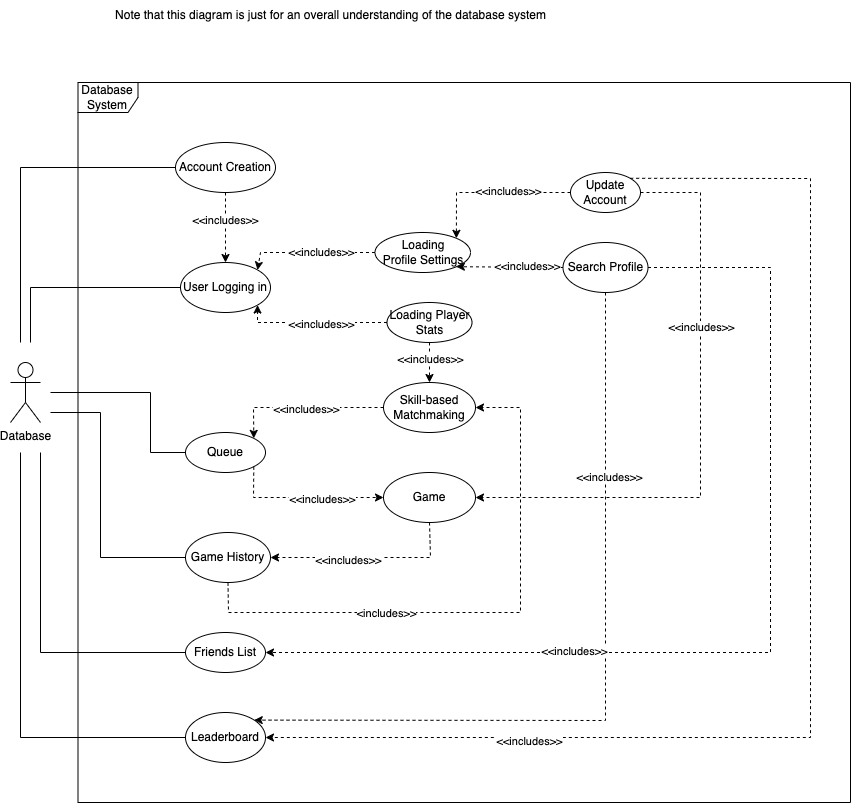
farshadislam/Socketed-Multigame-GUI keeps this draw.io diagram as Integration/ProjectSeng300UseCaseDiagramIntegration.drawio.png. Above is the earlier version. Source tidied: cells renumbered, new cells last; positions are measured from the earlier drawing's top-left corner, leaving out a move shared by most shapes. Source of this version:
```xml
<mxGraphModel background="#ffffff">
  <root>
    <mxCell id="0" />
    <mxCell id="1" parent="0" />
    <mxCell id="2" value="Queue" style="ellipse;whiteSpace=wrap;html=1;" parent="1" vertex="1">
      <mxGeometry x="175" y="432" width="80" height="40" as="geometry" />
    </mxCell>
    <mxCell id="3" value="User Logging in" style="ellipse;whiteSpace=wrap;html=1;" parent="1" vertex="1">
      <mxGeometry x="170" y="262" width="90" height="50" as="geometry" />
    </mxCell>
    <mxCell id="4" value="Account Creation" style="ellipse;whiteSpace=wrap;html=1;" parent="1" vertex="1">
      <mxGeometry x="165" y="142" width="100" height="50" as="geometry" />
    </mxCell>
    <mxCell id="5" value="Note that this diagram is just for an overall understanding of the database system" style="text;html=1;align=center;verticalAlign=middle;strokeColor=none;fillColor=none;" parent="1" vertex="1">
      <mxGeometry x="95" width="450" height="30" as="geometry" />
    </mxCell>
    <mxCell id="6" value="Loading&lt;div&gt;Profile Settings&lt;/div&gt;" style="ellipse;whiteSpace=wrap;html=1;" parent="1" vertex="1">
      <mxGeometry x="364.5" y="232" width="95.5" height="40" as="geometry" />
    </mxCell>
    <mxCell id="7" value="Loading Player&lt;div&gt;Stats&lt;/div&gt;" style="ellipse;whiteSpace=wrap;html=1;" parent="1" vertex="1">
      <mxGeometry x="376.5" y="302" width="85" height="40" as="geometry" />
    </mxCell>
    <mxCell id="8" value="Database" style="shape=umlActor;verticalLabelPosition=bottom;verticalAlign=top;html=1;" parent="1" vertex="1">
      <mxGeometry y="362" width="30" height="60" as="geometry" />
    </mxCell>
    <mxCell id="9" value="Skill-based&lt;div&gt;Matchmaking&lt;/div&gt;" style="ellipse;whiteSpace=wrap;html=1;" parent="1" vertex="1">
      <mxGeometry x="373" y="382" width="92" height="50" as="geometry" />
    </mxCell>
    <mxCell id="10" value="Game" style="ellipse;whiteSpace=wrap;html=1;" parent="1" vertex="1">
      <mxGeometry x="373" y="472" width="92" height="50" as="geometry" />
    </mxCell>
    <mxCell id="11" style="endArrow=classic;html=1;rounded=0;entryX=1;entryY=0;entryDx=0;entryDy=0;exitX=0;exitY=0.5;exitDx=0;exitDy=0;dashed=1;" parent="1" edge="1" source="9" target="2">
      <mxGeometry relative="1" as="geometry">
        <Array as="points">
          <mxPoint x="243" y="407" />
        </Array>
      </mxGeometry>
    </mxCell>
    <mxCell id="12" value="&amp;lt;&amp;lt;includes&amp;gt;&amp;gt;" style="edgeLabel;html=1;align=center;verticalAlign=middle;" parent="11" vertex="1">
      <mxGeometry x="-0.03" y="1" relative="1" as="geometry" />
    </mxCell>
    <mxCell id="13" style="endArrow=classic;html=1;rounded=0;entryX=1;entryY=0;entryDx=0;entryDy=0;exitX=0;exitY=0.5;exitDx=0;exitDy=0;dashed=1;" parent="1" edge="1" source="6" target="3">
      <mxGeometry relative="1" as="geometry">
        <Array as="points">
          <mxPoint x="250" y="252" />
        </Array>
      </mxGeometry>
    </mxCell>
    <mxCell id="14" value="&amp;lt;&amp;lt;includes&amp;gt;&amp;gt;" style="edgeLabel;html=1;align=center;verticalAlign=middle;" parent="13" vertex="1">
      <mxGeometry x="-0.19" y="-1" relative="1" as="geometry" />
    </mxCell>
    <mxCell id="15" style="endArrow=classic;html=1;rounded=0;exitX=0;exitY=0.5;exitDx=0;exitDy=0;entryX=1;entryY=1;entryDx=0;entryDy=0;dashed=1;" parent="1" edge="1" source="7" target="3">
      <mxGeometry relative="1" as="geometry">
        <Array as="points">
          <mxPoint x="247" y="322" />
        </Array>
      </mxGeometry>
    </mxCell>
    <mxCell id="16" value="&amp;lt;&amp;lt;includes&amp;gt;&amp;gt;" style="edgeLabel;html=1;align=center;verticalAlign=middle;" parent="15" vertex="1">
      <mxGeometry x="-0.1" y="1" relative="1" as="geometry" />
    </mxCell>
    <mxCell id="17" style="endArrow=classic;html=1;rounded=0;exitX=1;exitY=1;exitDx=0;exitDy=0;dashed=1;entryX=0;entryY=0.5;entryDx=0;entryDy=0;" parent="1" edge="1" source="2" target="10">
      <mxGeometry relative="1" as="geometry">
        <Array as="points">
          <mxPoint x="243" y="497" />
        </Array>
      </mxGeometry>
    </mxCell>
    <mxCell id="18" value="&amp;lt;&amp;lt;includes&amp;gt;&amp;gt;" style="edgeLabel;html=1;align=center;verticalAlign=middle;" parent="17" vertex="1">
      <mxGeometry x="0.23" y="-1" relative="1" as="geometry" />
    </mxCell>
    <mxCell id="19" value="Leaderboard" style="ellipse;whiteSpace=wrap;html=1;" parent="1" vertex="1">
      <mxGeometry x="175" y="712" width="80" height="50" as="geometry" />
    </mxCell>
    <mxCell id="20" value="Update Account" style="ellipse;whiteSpace=wrap;html=1;" parent="1" vertex="1">
      <mxGeometry x="560" y="172" width="70" height="40" as="geometry" />
    </mxCell>
    <mxCell id="21" value="Search Profile" style="ellipse;whiteSpace=wrap;html=1;" parent="1" vertex="1">
      <mxGeometry x="552.5" y="242" width="85" height="50" as="geometry" />
    </mxCell>
    <mxCell id="22" style="endArrow=classic;html=1;rounded=0;entryX=1;entryY=1;entryDx=0;entryDy=0;exitX=0;exitY=0.5;exitDx=0;exitDy=0;dashed=1;" parent="1" edge="1" source="21" target="6">
      <mxGeometry relative="1" as="geometry" />
    </mxCell>
    <mxCell id="23" value="&amp;lt;&amp;lt;includes&amp;gt;&amp;gt;" style="edgeLabel;html=1;align=center;verticalAlign=middle;" parent="22" vertex="1">
      <mxGeometry x="-0.32" y="-1" relative="1" as="geometry" />
    </mxCell>
    <mxCell id="24" style="endArrow=classic;html=1;rounded=0;exitX=0;exitY=0.5;exitDx=0;exitDy=0;entryX=1;entryY=0;entryDx=0;entryDy=0;dashed=1;" parent="1" edge="1" source="20" target="6">
      <mxGeometry relative="1" as="geometry">
        <Array as="points">
          <mxPoint x="446" y="192" />
        </Array>
      </mxGeometry>
    </mxCell>
    <mxCell id="25" value="&amp;lt;&amp;lt;includes&amp;gt;&amp;gt;" style="edgeLabel;html=1;align=center;verticalAlign=middle;" parent="24" vertex="1">
      <mxGeometry x="-0.23" y="-2" relative="1" as="geometry" />
    </mxCell>
    <mxCell id="26" style="endArrow=classic;html=1;rounded=0;exitX=0.5;exitY=1;exitDx=0;exitDy=0;entryX=1;entryY=0;entryDx=0;entryDy=0;dashed=1;" parent="1" edge="1" source="21" target="19">
      <mxGeometry relative="1" as="geometry">
        <Array as="points">
          <mxPoint x="595" y="720" />
        </Array>
      </mxGeometry>
    </mxCell>
    <mxCell id="27" value="&amp;lt;&amp;lt;includes&amp;gt;&amp;gt;" style="edgeLabel;html=1;align=center;verticalAlign=middle;" parent="26" vertex="1">
      <mxGeometry x="-0.53" y="3" relative="1" as="geometry" />
    </mxCell>
    <mxCell id="28" style="endArrow=classic;html=1;rounded=0;exitX=1;exitY=0.5;exitDx=0;exitDy=0;entryX=1;entryY=0.5;entryDx=0;entryDy=0;dashed=1;" parent="1" edge="1" source="20" target="10">
      <mxGeometry relative="1" as="geometry">
        <Array as="points">
          <mxPoint x="690" y="192" />
          <mxPoint x="690" y="497" />
        </Array>
      </mxGeometry>
    </mxCell>
    <mxCell id="29" value="&amp;lt;&amp;lt;includes&amp;gt;&amp;gt;" style="edgeLabel;html=1;align=center;verticalAlign=middle;" parent="28" vertex="1">
      <mxGeometry x="-0.34" relative="1" as="geometry" />
    </mxCell>
    <mxCell id="30" style="endArrow=classic;html=1;rounded=0;exitX=0.5;exitY=1;exitDx=0;exitDy=0;entryX=0.5;entryY=0;entryDx=0;entryDy=0;dashed=1;" parent="1" edge="1" source="4" target="3">
      <mxGeometry relative="1" as="geometry" />
    </mxCell>
    <mxCell id="31" value="&amp;lt;&amp;lt;includes&amp;gt;&amp;gt;" style="edgeLabel;html=1;align=center;verticalAlign=middle;" parent="30" vertex="1">
      <mxGeometry x="-0.22" y="-1" relative="1" as="geometry" />
    </mxCell>
    <mxCell id="32" value="Friends List" style="ellipse;whiteSpace=wrap;html=1;" parent="1" vertex="1">
      <mxGeometry x="175" y="632" width="80" height="40" as="geometry" />
    </mxCell>
    <mxCell id="33" style="endArrow=classic;html=1;rounded=0;exitX=1;exitY=0.5;exitDx=0;exitDy=0;entryX=1;entryY=0.5;entryDx=0;entryDy=0;dashed=1;" parent="1" edge="1" source="21" target="32">
      <mxGeometry relative="1" as="geometry">
        <Array as="points">
          <mxPoint x="760" y="267" />
          <mxPoint x="760" y="652" />
        </Array>
      </mxGeometry>
    </mxCell>
    <mxCell id="34" value="&amp;lt;&amp;lt;includes&amp;gt;&amp;gt;" style="edgeLabel;html=1;align=center;verticalAlign=middle;" parent="33" vertex="1">
      <mxGeometry x="0.39" y="-2" relative="1" as="geometry" />
    </mxCell>
    <mxCell id="35" value="Game History" style="ellipse;whiteSpace=wrap;html=1;" parent="1" vertex="1">
      <mxGeometry x="175" y="532" width="85" height="50" as="geometry" />
    </mxCell>
    <mxCell id="36" style="endArrow=classic;html=1;rounded=0;exitX=0.5;exitY=1;exitDx=0;exitDy=0;entryX=1;entryY=0.5;entryDx=0;entryDy=0;dashed=1;" parent="1" edge="1" source="10" target="35">
      <mxGeometry relative="1" as="geometry">
        <Array as="points">
          <mxPoint x="420" y="557" />
        </Array>
      </mxGeometry>
    </mxCell>
    <mxCell id="37" value="&amp;lt;&amp;lt;includes&amp;gt;&amp;gt;" style="edgeLabel;html=1;align=center;verticalAlign=middle;" parent="36" vertex="1">
      <mxGeometry x="0.2" y="2" relative="1" as="geometry" />
    </mxCell>
    <mxCell id="38" style="endArrow=classic;html=1;rounded=0;exitX=0.5;exitY=1;exitDx=0;exitDy=0;entryX=1;entryY=0.5;entryDx=0;entryDy=0;dashed=1;" parent="1" edge="1" source="35" target="9">
      <mxGeometry relative="1" as="geometry">
        <Array as="points">
          <mxPoint x="218" y="612" />
          <mxPoint x="510" y="612" />
          <mxPoint x="510" y="407" />
        </Array>
      </mxGeometry>
    </mxCell>
    <mxCell id="39" value="&amp;lt;includes&amp;gt;&amp;gt;" style="edgeLabel;html=1;align=center;verticalAlign=middle;" parent="38" vertex="1">
      <mxGeometry x="-0.35" relative="1" as="geometry">
        <mxPoint x="1" as="offset" />
      </mxGeometry>
    </mxCell>
    <mxCell id="40" style="endArrow=classic;html=1;rounded=0;exitX=0.5;exitY=1;exitDx=0;exitDy=0;entryX=0.5;entryY=0;entryDx=0;entryDy=0;dashed=1;" parent="1" edge="1" source="7" target="9">
      <mxGeometry relative="1" as="geometry" />
    </mxCell>
    <mxCell id="41" value="&amp;lt;&amp;lt;includes&amp;gt;&amp;gt;" style="edgeLabel;html=1;align=center;verticalAlign=middle;" parent="40" vertex="1">
      <mxGeometry x="-0.17" relative="1" as="geometry" />
    </mxCell>
    <mxCell id="42" style="endArrow=classic;html=1;rounded=0;exitX=1;exitY=0;exitDx=0;exitDy=0;entryX=1;entryY=0.5;entryDx=0;entryDy=0;dashed=1;" parent="1" edge="1" source="20" target="19">
      <mxGeometry relative="1" as="geometry">
        <Array as="points">
          <mxPoint x="800" y="178" />
          <mxPoint x="800" y="737" />
        </Array>
      </mxGeometry>
    </mxCell>
    <mxCell id="43" value="&amp;lt;&amp;lt;includes&amp;gt;&amp;gt;" style="edgeLabel;html=1;align=center;verticalAlign=middle;" parent="42" vertex="1">
      <mxGeometry x="0.59" y="3" relative="1" as="geometry" />
    </mxCell>
    <mxCell id="44" value="Database System" style="shape=umlFrame;whiteSpace=wrap;html=1;" parent="1" vertex="1">
      <mxGeometry x="67.5" y="82" width="772.5" height="720" as="geometry" />
    </mxCell>
    <mxCell id="45" style="endArrow=none;html=1;rounded=0;entryX=0;entryY=0.5;entryDx=0;entryDy=0;" parent="1" edge="1" target="4">
      <mxGeometry relative="1" as="geometry">
        <mxPoint x="10" y="342" as="sourcePoint" />
        <Array as="points">
          <mxPoint x="10" y="167" />
        </Array>
      </mxGeometry>
    </mxCell>
    <mxCell id="46" style="endArrow=none;html=1;rounded=0;entryX=0;entryY=0.5;entryDx=0;entryDy=0;" parent="1" edge="1" target="3">
      <mxGeometry relative="1" as="geometry">
        <mxPoint x="20" y="342" as="sourcePoint" />
        <Array as="points">
          <mxPoint x="20" y="287" />
        </Array>
      </mxGeometry>
    </mxCell>
    <mxCell id="47" style="endArrow=none;html=1;rounded=0;entryX=0;entryY=0.5;entryDx=0;entryDy=0;" parent="1" edge="1" target="2">
      <mxGeometry relative="1" as="geometry">
        <mxPoint x="40" y="392" as="sourcePoint" />
        <Array as="points">
          <mxPoint x="140" y="392" />
          <mxPoint x="140" y="452" />
        </Array>
      </mxGeometry>
    </mxCell>
    <mxCell id="48" style="endArrow=none;html=1;rounded=0;entryX=0;entryY=0.5;entryDx=0;entryDy=0;" parent="1" edge="1" target="35">
      <mxGeometry relative="1" as="geometry">
        <mxPoint x="40" y="412" as="sourcePoint" />
        <Array as="points">
          <mxPoint x="90" y="412" />
          <mxPoint x="90" y="557" />
        </Array>
      </mxGeometry>
    </mxCell>
    <mxCell id="49" style="endArrow=none;html=1;rounded=0;entryX=0;entryY=0.5;entryDx=0;entryDy=0;" parent="1" edge="1" target="32">
      <mxGeometry relative="1" as="geometry">
        <mxPoint x="30" y="452" as="sourcePoint" />
        <Array as="points">
          <mxPoint x="30" y="652" />
        </Array>
      </mxGeometry>
    </mxCell>
    <mxCell id="50" style="endArrow=none;html=1;rounded=0;entryX=0;entryY=0.5;entryDx=0;entryDy=0;" parent="1" edge="1" target="19">
      <mxGeometry relative="1" as="geometry">
        <mxPoint x="10" y="452" as="sourcePoint" />
        <Array as="points">
          <mxPoint x="10" y="737" />
        </Array>
      </mxGeometry>
    </mxCell>
  </root>
</mxGraphModel>
```
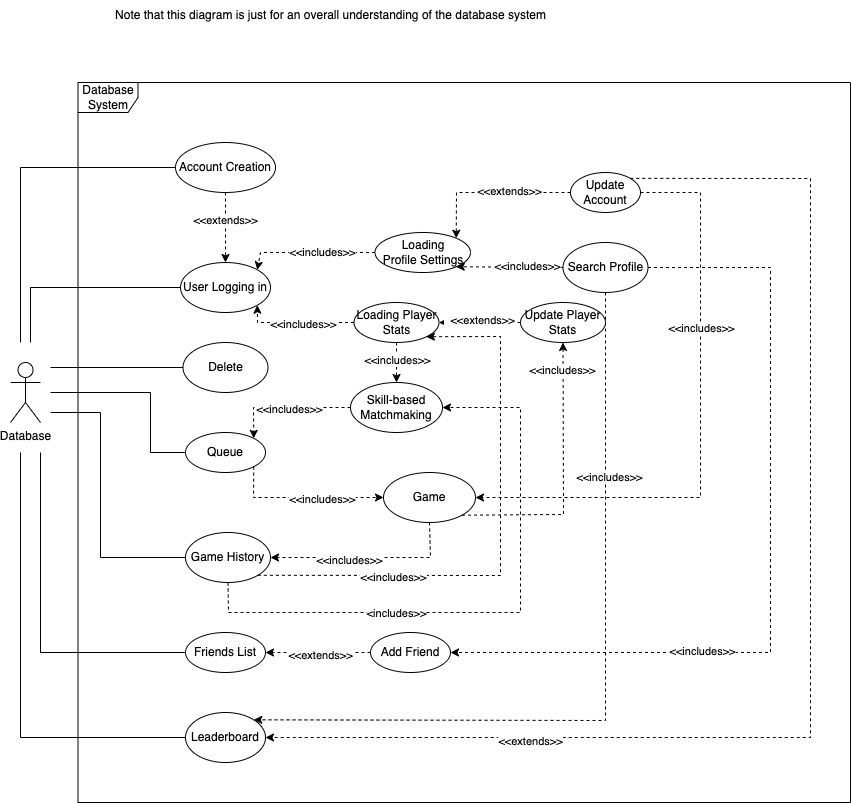
After the commit.

Commit message:
Finalized the diagram most likely, need to adjust the descriptions most likely

The edit, as a diff of the source:
```diff
@@ -18,13 +18,13 @@
       <mxGeometry x="364.5" y="232" width="95.5" height="40" as="geometry" />
     </mxCell>
     <mxCell id="7" value="Loading Player&lt;div&gt;Stats&lt;/div&gt;" style="ellipse;whiteSpace=wrap;html=1;" parent="1" vertex="1">
-      <mxGeometry x="376.5" y="302" width="85" height="40" as="geometry" />
+      <mxGeometry x="343.5" y="302" width="85" height="40" as="geometry" />
     </mxCell>
     <mxCell id="8" value="Database" style="shape=umlActor;verticalLabelPosition=bottom;verticalAlign=top;html=1;" parent="1" vertex="1">
       <mxGeometry y="362" width="30" height="60" as="geometry" />
     </mxCell>
     <mxCell id="9" value="Skill-based&lt;div&gt;Matchmaking&lt;/div&gt;" style="ellipse;whiteSpace=wrap;html=1;" parent="1" vertex="1">
-      <mxGeometry x="373" y="382" width="92" height="50" as="geometry" />
+      <mxGeometry x="340" y="382" width="92" height="50" as="geometry" />
     </mxCell>
     <mxCell id="10" value="Game" style="ellipse;whiteSpace=wrap;html=1;" parent="1" vertex="1">
       <mxGeometry x="373" y="472" width="92" height="50" as="geometry" />
@@ -91,7 +91,7 @@
         </Array>
       </mxGeometry>
     </mxCell>
-    <mxCell id="25" value="&amp;lt;&amp;lt;includes&amp;gt;&amp;gt;" style="edgeLabel;html=1;align=center;verticalAlign=middle;" parent="24" vertex="1">
+    <mxCell id="25" value="&amp;lt;&amp;lt;extends&amp;gt;&amp;gt;" style="edgeLabel;html=1;align=center;verticalAlign=middle;" parent="24" vertex="1">
       <mxGeometry x="-0.23" y="-2" relative="1" as="geometry" />
     </mxCell>
     <mxCell id="26" style="endArrow=classic;html=1;rounded=0;exitX=0.5;exitY=1;exitDx=0;exitDy=0;entryX=1;entryY=0;entryDx=0;entryDy=0;dashed=1;" parent="1" edge="1" source="21" target="19">
@@ -118,13 +118,13 @@
     <mxCell id="30" style="endArrow=classic;html=1;rounded=0;exitX=0.5;exitY=1;exitDx=0;exitDy=0;entryX=0.5;entryY=0;entryDx=0;entryDy=0;dashed=1;" parent="1" edge="1" source="4" target="3">
       <mxGeometry relative="1" as="geometry" />
     </mxCell>
-    <mxCell id="31" value="&amp;lt;&amp;lt;includes&amp;gt;&amp;gt;" style="edgeLabel;html=1;align=center;verticalAlign=middle;" parent="30" vertex="1">
+    <mxCell id="31" value="&amp;lt;&amp;lt;extends&amp;gt;&amp;gt;" style="edgeLabel;html=1;align=center;verticalAlign=middle;" parent="30" vertex="1">
       <mxGeometry x="-0.22" y="-1" relative="1" as="geometry" />
     </mxCell>
     <mxCell id="32" value="Friends List" style="ellipse;whiteSpace=wrap;html=1;" parent="1" vertex="1">
       <mxGeometry x="175" y="632" width="80" height="40" as="geometry" />
     </mxCell>
-    <mxCell id="33" style="endArrow=classic;html=1;rounded=0;exitX=1;exitY=0.5;exitDx=0;exitDy=0;entryX=1;entryY=0.5;entryDx=0;entryDy=0;dashed=1;" parent="1" edge="1" source="21" target="32">
+    <mxCell id="33" style="endArrow=classic;html=1;rounded=0;exitX=1;exitY=0.5;exitDx=0;exitDy=0;entryX=1;entryY=0.5;entryDx=0;entryDy=0;dashed=1;" parent="1" edge="1" source="21" target="51">
       <mxGeometry relative="1" as="geometry">
         <Array as="points">
           <mxPoint x="760" y="267" />
@@ -176,7 +176,7 @@
         </Array>
       </mxGeometry>
     </mxCell>
-    <mxCell id="43" value="&amp;lt;&amp;lt;includes&amp;gt;&amp;gt;" style="edgeLabel;html=1;align=center;verticalAlign=middle;" parent="42" vertex="1">
+    <mxCell id="43" value="&amp;lt;&amp;lt;extends&amp;gt;&amp;gt;" style="edgeLabel;html=1;align=center;verticalAlign=middle;" parent="42" vertex="1">
       <mxGeometry x="0.59" y="3" relative="1" as="geometry" />
     </mxCell>
     <mxCell id="44" value="Database System" style="shape=umlFrame;whiteSpace=wrap;html=1;" parent="1" vertex="1">
@@ -232,5 +232,52 @@
         </Array>
       </mxGeometry>
     </mxCell>
+    <mxCell id="51" value="Add Friend" style="ellipse;whiteSpace=wrap;html=1;" parent="1" vertex="1">
+      <mxGeometry x="360" y="632" width="80" height="40" as="geometry" />
+    </mxCell>
+    <mxCell id="52" style="endArrow=classic;html=1;rounded=0;entryX=1;entryY=0.5;entryDx=0;entryDy=0;exitX=0;exitY=0.5;exitDx=0;exitDy=0;dashed=1;" parent="1" edge="1" source="51" target="32">
+      <mxGeometry relative="1" as="geometry" />
+    </mxCell>
+    <mxCell id="53" value="&amp;lt;&amp;lt;extends&amp;gt;&amp;gt;" style="edgeLabel;html=1;align=center;verticalAlign=middle;" parent="52" vertex="1">
+      <mxGeometry x="-0.02" y="2" relative="1" as="geometry" />
+    </mxCell>
+    <mxCell id="54" value="Update Player&lt;div&gt;Stats&lt;/div&gt;" style="ellipse;whiteSpace=wrap;html=1;" parent="1" vertex="1">
+      <mxGeometry x="510" y="302" width="85" height="40" as="geometry" />
+    </mxCell>
+    <mxCell id="55" style="endArrow=classic;html=1;rounded=0;entryX=1;entryY=0.5;entryDx=0;entryDy=0;exitX=0;exitY=0.5;exitDx=0;exitDy=0;dashed=1;" parent="1" edge="1" source="54" target="7">
+      <mxGeometry relative="1" as="geometry" />
+    </mxCell>
+    <mxCell id="56" value="&amp;nbsp; &amp;lt;&amp;lt;extends&amp;gt;&amp;gt;" style="edgeLabel;html=1;align=center;verticalAlign=middle;" parent="55" vertex="1">
+      <mxGeometry x="0.02" y="-3" relative="1" as="geometry" />
+    </mxCell>
+    <mxCell id="57" style="endArrow=classic;html=1;rounded=0;exitX=1;exitY=1;exitDx=0;exitDy=0;entryX=0.5;entryY=1;entryDx=0;entryDy=0;dashed=1;" parent="1" edge="1" source="10" target="54">
+      <mxGeometry relative="1" as="geometry">
+        <Array as="points">
+          <mxPoint x="553" y="514" />
+        </Array>
+      </mxGeometry>
+    </mxCell>
+    <mxCell id="58" value="&amp;lt;&amp;lt;includes&amp;gt;&amp;gt;" style="edgeLabel;html=1;align=center;verticalAlign=middle;" parent="57" vertex="1">
+      <mxGeometry x="0.8" y="1" relative="1" as="geometry" />
+    </mxCell>
+    <mxCell id="59" style="endArrow=classic;html=1;rounded=0;exitX=1;exitY=1;exitDx=0;exitDy=0;entryX=1;entryY=1;entryDx=0;entryDy=0;dashed=1;" parent="1" edge="1" source="35" target="7">
+      <mxGeometry relative="1" as="geometry">
+        <Array as="points">
+          <mxPoint x="490" y="575" />
+          <mxPoint x="490" y="336" />
+        </Array>
+      </mxGeometry>
+    </mxCell>
+    <mxCell id="60" value="&amp;lt;&amp;lt;includes&amp;gt;&amp;gt;" style="edgeLabel;html=1;align=center;verticalAlign=middle;" parent="59" vertex="1">
+      <mxGeometry x="-0.51" y="-2" relative="1" as="geometry" />
+    </mxCell>
+    <mxCell id="61" value="Delete" style="ellipse;whiteSpace=wrap;html=1;" parent="1" vertex="1">
+      <mxGeometry x="172.5" y="342" width="85" height="50" as="geometry" />
+    </mxCell>
+    <mxCell id="62" style="endArrow=none;html=1;rounded=0;entryX=0;entryY=0.5;entryDx=0;entryDy=0;" parent="1" edge="1" target="61">
+      <mxGeometry relative="1" as="geometry">
+        <mxPoint x="40" y="367" as="sourcePoint" />
+      </mxGeometry>
+    </mxCell>
   </root>
 </mxGraphModel>
```
